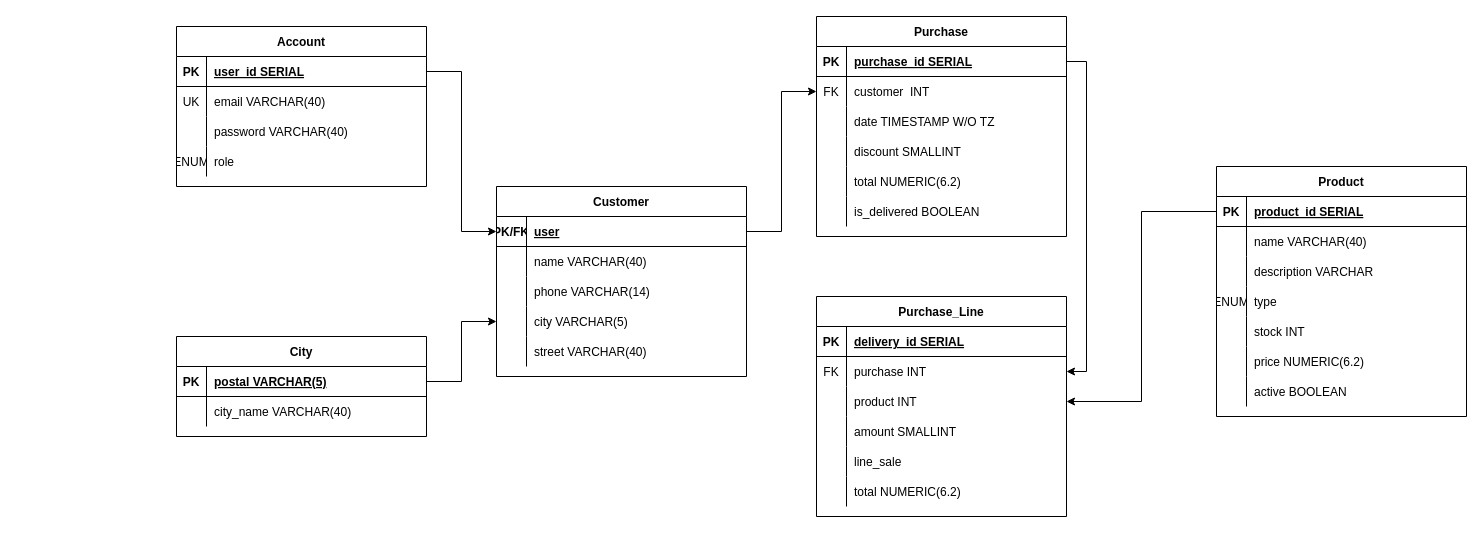
The draw.io diagram info/new_db.drawio in xaviqo/springfood, before the edit. Source tidied: cells renumbered, new cells numbered last; positions are measured from the earlier drawing's top-left corner, leaving out a move shared by most shapes. Both pictures are drawn from the tidied source at 100%, with x=0, y=0 at pixel (176, 16).
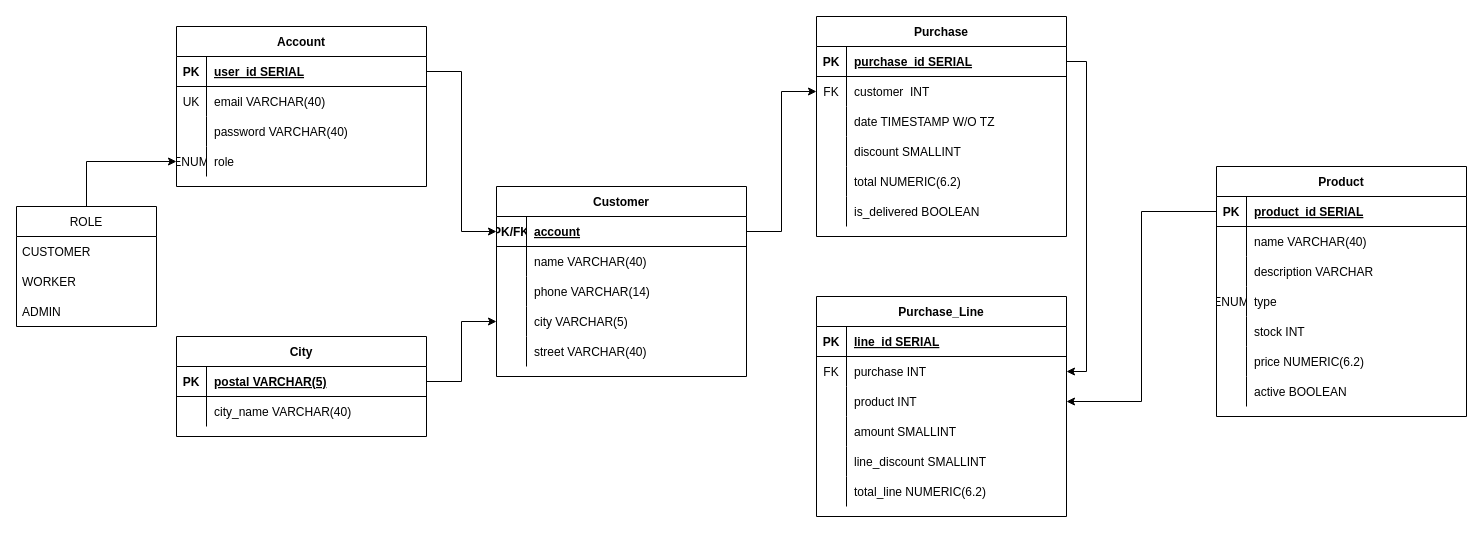
The same diagram, later.

The change refers to these unchanged cells:
```xml
<mxCell id="22" style="shape=partialRectangle;fillColor=none;points=[[0,0.5],[1,0.5]];portConstraint=eastwest;top=0;left=0;right=0;bottom=1;" parent="21" vertex="1">
  <mxGeometry y="30" width="250" height="30" as="geometry" />
</mxCell>
<mxCell id="54" style="shape=partialRectangle;fillColor=none;points=[[0,0.5],[1,0.5]];portConstraint=eastwest;top=0;left=0;right=0;bottom=0;" parent="44" vertex="1">
  <mxGeometry y="120" width="250" height="30" as="geometry" />
</mxCell>
<mxCell id="59" style="shape=partialRectangle;fillColor=none;top=0;left=0;right=0;bottom=1;" parent="58" vertex="1">
  <mxGeometry y="30" width="250" height="30" as="geometry" />
</mxCell>
<mxCell id="71" style="shape=partialRectangle;fillColor=none;top=0;left=0;right=0;bottom=0;" parent="58" vertex="1">
  <mxGeometry y="150" width="250" height="30" as="geometry" />
</mxCell>
<mxCell id="74" style="shape=partialRectangle;fillColor=none;top=0;left=0;right=0;bottom=0;" parent="58" vertex="1">
  <mxGeometry y="180" width="250" height="30" as="geometry" />
</mxCell>
```

Diff of the diagram source:
```diff
@@
-    <mxCell id="24" value="user" style="shape=partialRectangle;overflow=hidden;fillColor=none;top=0;left=0;bottom=0;right=0;align=left;spacingLeft=6;fontStyle=5;" parent="22" vertex="1">
+    <mxCell id="24" value="account" style="shape=partialRectangle;overflow=hidden;fillColor=none;top=0;left=0;bottom=0;right=0;align=left;spacingLeft=6;fontStyle=5;" parent="22" vertex="1">
       <mxGeometry x="30" width="220" height="30" as="geometry" />
     </mxCell>
@@
-    <mxCell id="61" value="delivery_id SERIAL" style="shape=partialRectangle;overflow=hidden;fillColor=none;top=0;left=0;bottom=0;right=0;align=left;spacingLeft=6;fontStyle=5;" parent="59" vertex="1">
+    <mxCell id="61" value="line_id SERIAL" style="shape=partialRectangle;overflow=hidden;fillColor=none;top=0;left=0;bottom=0;right=0;align=left;spacingLeft=6;fontStyle=5;" parent="59" vertex="1">
       <mxGeometry x="30" width="220" height="30" as="geometry" />
     </mxCell>
@@
-    <mxCell id="73" value="line_sale" style="shape=partialRectangle;overflow=hidden;fillColor=none;top=0;left=0;bottom=0;right=0;align=left;spacingLeft=6;" parent="71" vertex="1">
+    <mxCell id="73" value="line_discount SMALLINT" style="shape=partialRectangle;overflow=hidden;fillColor=none;top=0;left=0;bottom=0;right=0;align=left;spacingLeft=6;" parent="71" vertex="1">
       <mxGeometry x="30" width="220" height="30" as="geometry" />
     </mxCell>
@@
-    <mxCell id="76" value="total NUMERIC(6.2)" style="shape=partialRectangle;overflow=hidden;fillColor=none;top=0;left=0;bottom=0;right=0;align=left;spacingLeft=6;" parent="74" vertex="1">
+    <mxCell id="76" value="total_line NUMERIC(6.2)" style="shape=partialRectangle;overflow=hidden;fillColor=none;top=0;left=0;bottom=0;right=0;align=left;spacingLeft=6;" parent="74" vertex="1">
       <mxGeometry x="30" width="220" height="30" as="geometry" />
     </mxCell>
@@
+    <mxCell id="103" style="edgeStyle=orthogonalEdgeStyle;rounded=0;jettySize=auto;html=1;" parent="1" edge="1" source="104" target="54">
+      <mxGeometry relative="1" as="geometry" />
+    </mxCell>
+    <mxCell id="104" value="ROLE" style="swimlane;fontStyle=0;horizontal=1;startSize=30;" parent="1" vertex="1">
+      <mxGeometry x="-160" y="190" width="140" height="120" as="geometry" />
+    </mxCell>
+    <mxCell id="105" value="CUSTOMER" style="text;strokeColor=none;fillColor=none;align=left;verticalAlign=middle;spacingLeft=4;spacingRight=4;overflow=hidden;" parent="104" vertex="1">
+      <mxGeometry y="30" width="140" height="30" as="geometry" />
+    </mxCell>
+    <mxCell id="106" value="WORKER" style="text;strokeColor=none;fillColor=none;align=left;verticalAlign=middle;spacingLeft=4;spacingRight=4;overflow=hidden;" parent="104" vertex="1">
+      <mxGeometry y="60" width="140" height="30" as="geometry" />
+    </mxCell>
+    <mxCell id="107" value="ADMIN" style="text;strokeColor=none;fillColor=none;align=left;verticalAlign=middle;spacingLeft=4;spacingRight=4;overflow=hidden;" parent="104" vertex="1">
+      <mxGeometry y="90" width="140" height="30" as="geometry" />
+    </mxCell>
```
